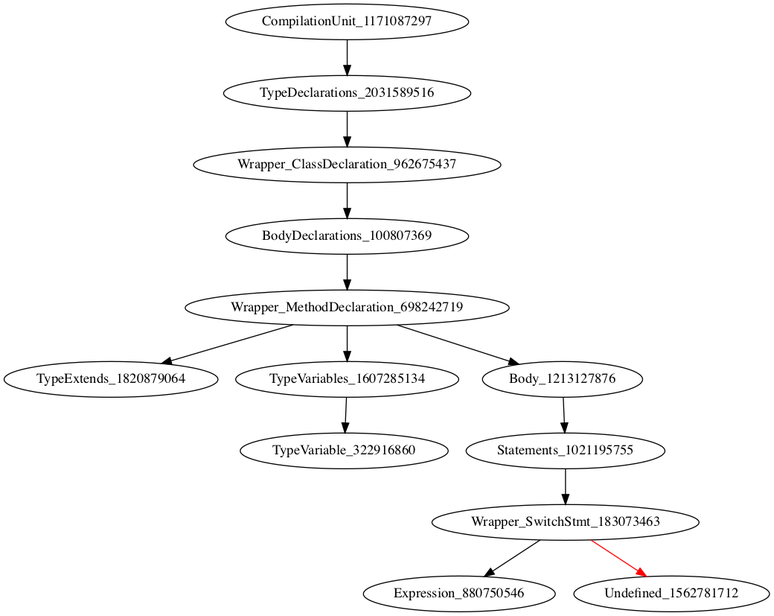
Above: holeAST.png in icse2023material/VoiceJava (Graphviz), before the change. Its source is kept beside it as holeAST.dot.
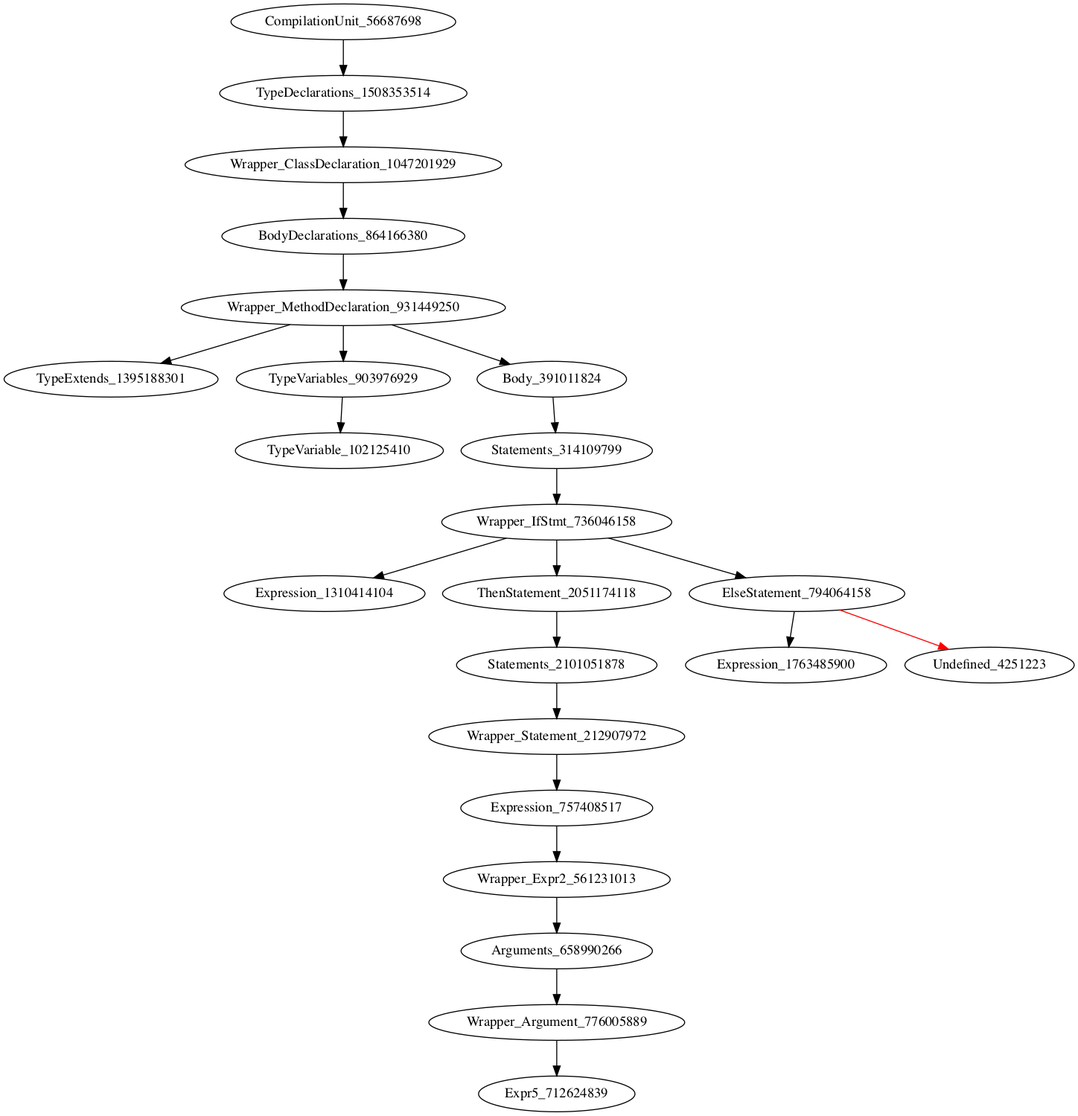
After the commit.

Change to the diagram source:
```diff
@@ -1,14 +1,14 @@
 digraph {
-CompilationUnit_1171087297 -> TypeDeclarations_2031589516
-TypeDeclarations_2031589516 -> Wrapper_ClassDeclaration_962675437
-Wrapper_ClassDeclaration_962675437 -> BodyDeclarations_100807369
-BodyDeclarations_100807369 -> Wrapper_MethodDeclaration_698242719
-Wrapper_MethodDeclaration_698242719 -> TypeExtends_1820879064
-Wrapper_MethodDeclaration_698242719 -> TypeVariables_1607285134
-Wrapper_MethodDeclaration_698242719 -> Body_1213127876
-TypeVariables_1607285134 -> TypeVariable_322916860
-Body_1213127876 -> Statements_1021195755
-Statements_1021195755 -> Wrapper_SwitchStmt_183073463
-Wrapper_SwitchStmt_183073463 -> Expression_880750546
-Wrapper_SwitchStmt_183073463 -> Undefined_1562781712 [color = red]
+CompilationUnit_735125929 -> TypeDeclarations_2052881345
+TypeDeclarations_2052881345 -> Wrapper_ClassDeclaration_1647879666
+Wrapper_ClassDeclaration_1647879666 -> BodyDeclarations_1093243373
+BodyDeclarations_1093243373 -> Wrapper_MethodDeclaration_1666661384
+Wrapper_MethodDeclaration_1666661384 -> TypeExtends_2060239312
+Wrapper_MethodDeclaration_1666661384 -> TypeVariables_1568468046
+Wrapper_MethodDeclaration_1666661384 -> Body_1347922165
+TypeVariables_1568468046 -> TypeVariable_171600267
+Body_1347922165 -> Statements_384105309
+Statements_384105309 -> Wrapper_SwitchStmt_750807891
+Wrapper_SwitchStmt_750807891 -> Expression_1094544958
+Wrapper_SwitchStmt_750807891 -> Undefined_403841443 [color = red]
 }
```
